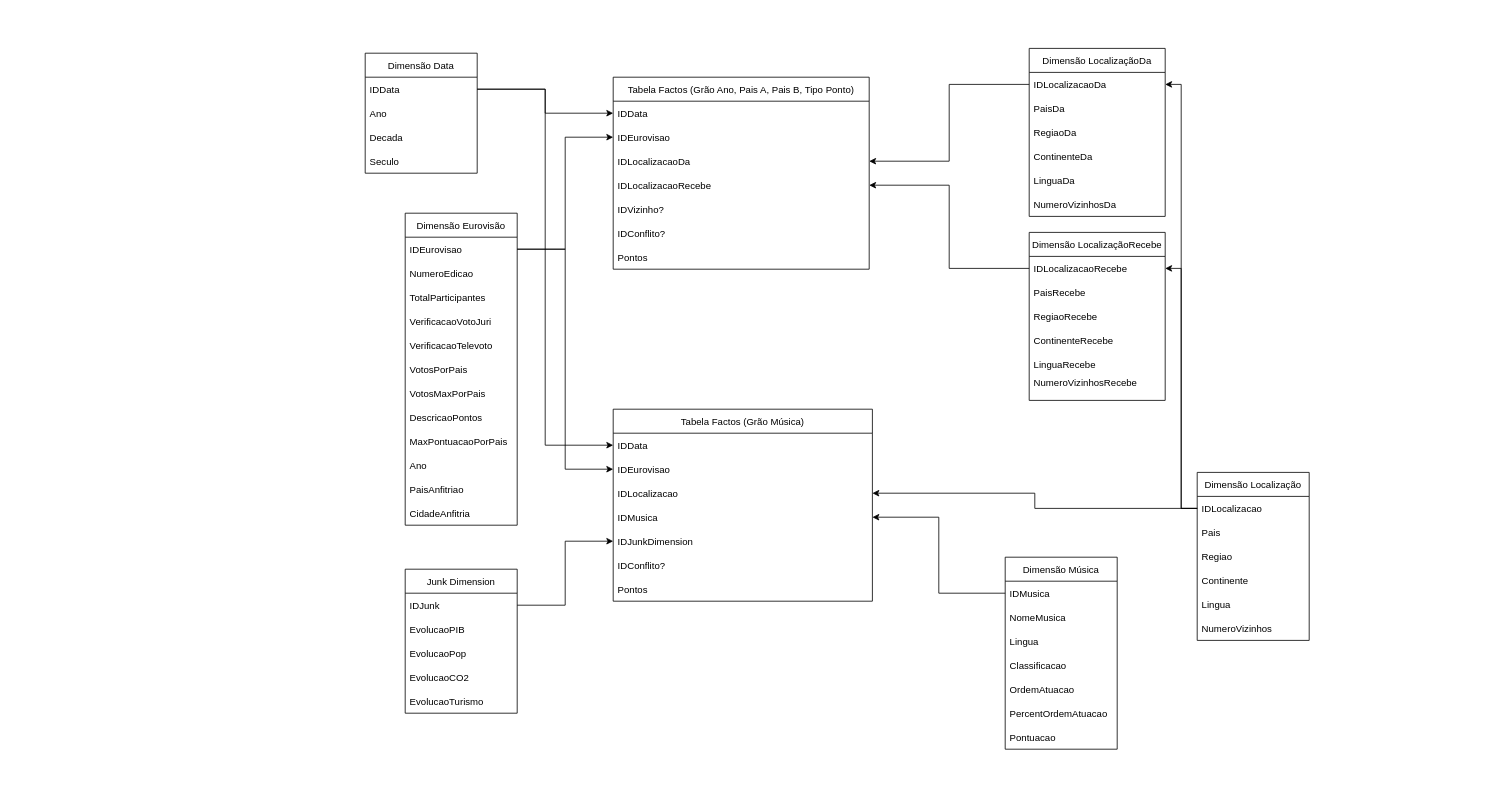
The draw.io diagram ipai.drawio in Eowie/IDB, before the edit. Source tidied: cells renumbered, new cells numbered last; positions are measured from the earlier drawing's top-left corner, leaving out a move shared by most shapes. Both pictures are drawn from the tidied source at 80%, with x=0, y=0 at pixel (365, 48).
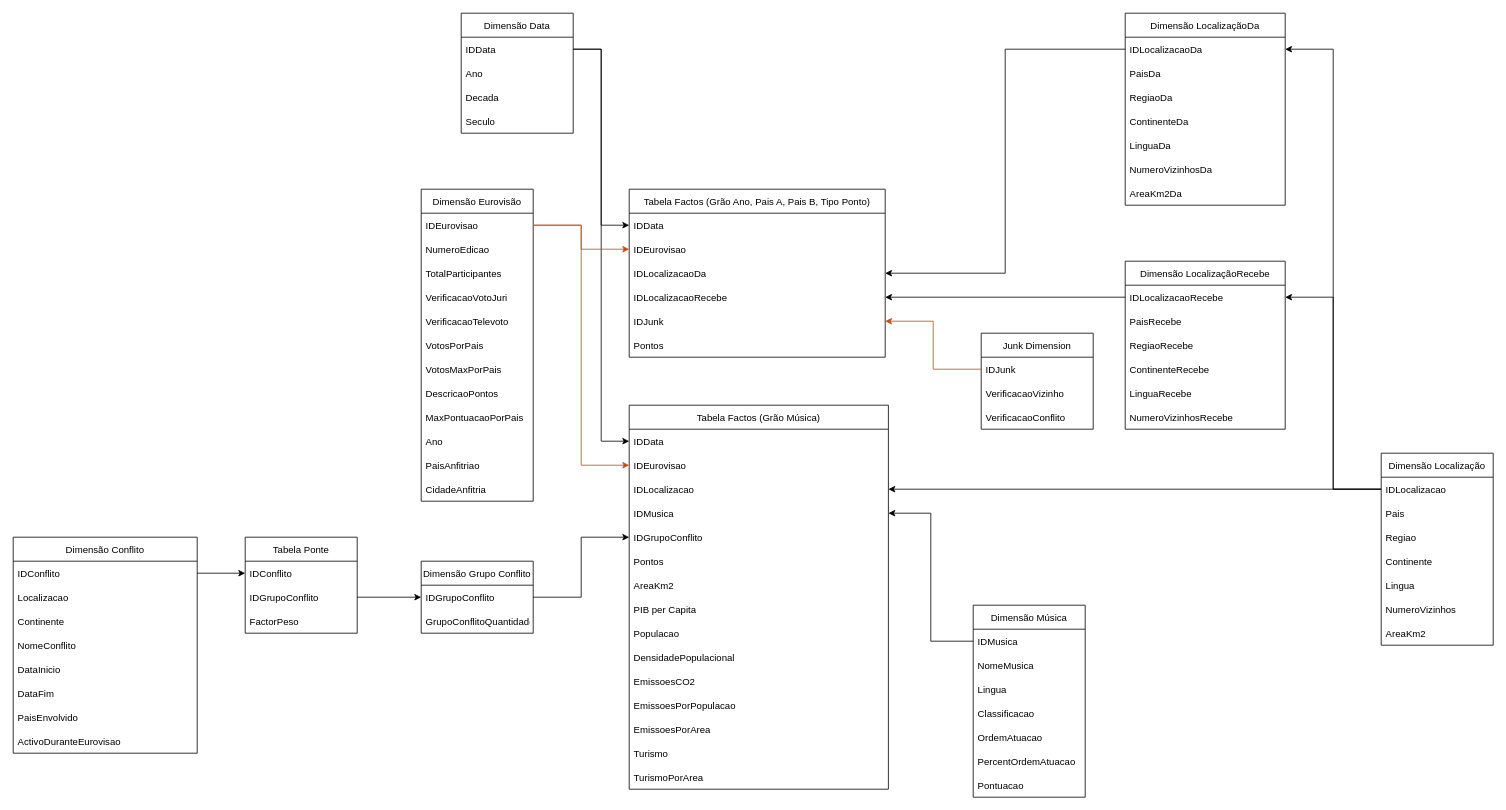
After the change.

Unchanged cells that the change refers to:
```xml
<mxCell id="4" value="IDEurovisao" style="text;strokeColor=none;fillColor=none;align=left;verticalAlign=middle;spacingLeft=4;spacingRight=4;overflow=hidden;points=[[0,0.5],[1,0.5]];portConstraint=eastwest;" parent="2" vertex="1">
  <mxGeometry y="60" width="324" height="30" as="geometry" />
</mxCell>
<mxCell id="17" value="IDEurovisao" style="text;strokeColor=none;fillColor=none;align=left;verticalAlign=middle;spacingLeft=4;spacingRight=4;overflow=hidden;points=[[0,0.5],[1,0.5]];portConstraint=eastwest;" parent="15" vertex="1">
  <mxGeometry y="60" width="320" height="30" as="geometry" />
</mxCell>
<mxCell id="39" value="IDEurovisao" style="text;strokeColor=none;fillColor=none;align=left;verticalAlign=middle;spacingLeft=4;spacingRight=4;overflow=hidden;points=[[0,0.5],[1,0.5]];portConstraint=eastwest;" parent="38" vertex="1">
  <mxGeometry y="30" width="140" height="30" as="geometry" />
</mxCell>
<mxCell id="52" value="IDJunk" style="text;strokeColor=none;fillColor=none;align=left;verticalAlign=middle;spacingLeft=4;spacingRight=4;overflow=hidden;points=[[0,0.5],[1,0.5]];portConstraint=eastwest;" parent="51" vertex="1">
  <mxGeometry y="30" width="140" height="30" as="geometry" />
</mxCell>
```

The edit, as a diff of the source:
```diff
@@
     <mxCell id="2" value="Tabela Factos (Grão Música)" style="swimlane;fontStyle=0;horizontal=1;startSize=30;" parent="1" vertex="1">
-      <mxGeometry x="310" y="451" width="324" height="240" as="geometry" />
+      <mxGeometry x="330" y="446" width="324" height="480" as="geometry" />
     </mxCell>
@@
-    <mxCell id="7" value="IDJunkDimension" style="text;strokeColor=none;fillColor=none;align=left;verticalAlign=middle;spacingLeft=4;spacingRight=4;overflow=hidden;points=[[0,0.5],[1,0.5]];portConstraint=eastwest;" parent="2" vertex="1">
-      <mxGeometry y="150" width="324" height="30" as="geometry" />
-    </mxCell>
-    <mxCell id="8" value="IDConflito?" style="text;strokeColor=none;fillColor=none;align=left;verticalAlign=middle;spacingLeft=4;spacingRight=4;overflow=hidden;" parent="2" vertex="1">
-      <mxGeometry y="180" width="324" height="30" as="geometry" />
-    </mxCell>
+    <mxCell id="82" value="IDGrupoConflito" style="text;strokeColor=none;fillColor=none;align=left;verticalAlign=middle;spacingLeft=4;spacingRight=4;overflow=hidden;points=[[0,0.5],[1,0.5]];portConstraint=eastwest;" parent="2" vertex="1">
+      <mxGeometry y="150" width="324" height="30" as="geometry" />
+    </mxCell>
     <mxCell id="9" value="Pontos" style="text;strokeColor=none;fillColor=none;align=left;verticalAlign=middle;spacingLeft=4;spacingRight=4;overflow=hidden;" parent="2" vertex="1">
-      <mxGeometry y="210" width="324" height="30" as="geometry" />
+      <mxGeometry y="180" width="324" height="30" as="geometry" />
     </mxCell>
+    <mxCell id="83" value="AreaKm2" style="text;strokeColor=none;fillColor=none;align=left;verticalAlign=middle;spacingLeft=4;spacingRight=4;overflow=hidden;" parent="2" vertex="1">
+      <mxGeometry y="210" width="324" height="30" as="geometry" />
+    </mxCell>
+    <mxCell id="84" value="PIB per Capita" style="text;strokeColor=none;fillColor=none;align=left;verticalAlign=middle;spacingLeft=4;spacingRight=4;overflow=hidden;" parent="2" vertex="1">
+      <mxGeometry y="240" width="324" height="30" as="geometry" />
+    </mxCell>
+    <mxCell id="85" value="Populacao" style="text;strokeColor=none;fillColor=none;align=left;verticalAlign=middle;spacingLeft=4;spacingRight=4;overflow=hidden;" parent="2" vertex="1">
+      <mxGeometry y="270" width="324" height="30" as="geometry" />
+    </mxCell>
+    <mxCell id="86" value="DensidadePopulacional" style="text;strokeColor=none;fillColor=none;align=left;verticalAlign=middle;spacingLeft=4;spacingRight=4;overflow=hidden;" parent="2" vertex="1">
+      <mxGeometry y="300" width="324" height="30" as="geometry" />
+    </mxCell>
+    <mxCell id="87" value="EmissoesCO2" style="text;strokeColor=none;fillColor=none;align=left;verticalAlign=middle;spacingLeft=4;spacingRight=4;overflow=hidden;" parent="2" vertex="1">
+      <mxGeometry y="330" width="324" height="30" as="geometry" />
+    </mxCell>
+    <mxCell id="88" value="EmissoesPorPopulacao" style="text;strokeColor=none;fillColor=none;align=left;verticalAlign=middle;spacingLeft=4;spacingRight=4;overflow=hidden;" parent="2" vertex="1">
+      <mxGeometry y="360" width="324" height="30" as="geometry" />
+    </mxCell>
+    <mxCell id="89" value="EmissoesPorArea" style="text;strokeColor=none;fillColor=none;align=left;verticalAlign=middle;spacingLeft=4;spacingRight=4;overflow=hidden;" parent="2" vertex="1">
+      <mxGeometry y="390" width="324" height="30" as="geometry" />
+    </mxCell>
+    <mxCell id="90" value="Turismo" style="text;strokeColor=none;fillColor=none;align=left;verticalAlign=middle;spacingLeft=4;spacingRight=4;overflow=hidden;" parent="2" vertex="1">
+      <mxGeometry y="420" width="324" height="30" as="geometry" />
+    </mxCell>
+    <mxCell id="91" value="TurismoPorArea" style="text;strokeColor=none;fillColor=none;align=left;verticalAlign=middle;spacingLeft=4;spacingRight=4;overflow=hidden;" parent="2" vertex="1">
+      <mxGeometry y="450" width="324" height="30" as="geometry" />
+    </mxCell>
     <mxCell id="10" value="Dimensão Data" style="swimlane;fontStyle=0;horizontal=1;startSize=30;" parent="1" vertex="1">
-      <mxGeometry y="6" width="140" height="150" as="geometry" />
+      <mxGeometry x="120" y="-44" width="140" height="150" as="geometry" />
     </mxCell>
@@
     <mxCell id="15" value="Tabela Factos (Grão Ano, Pais A, Pais B, Tipo Ponto)" style="swimlane;fontStyle=0;horizontal=1;startSize=30;" parent="1" vertex="1">
-      <mxGeometry x="310" y="36" width="320" height="240" as="geometry" />
+      <mxGeometry x="330" y="176" width="320" height="210" as="geometry" />
     </mxCell>
@@
-    <mxCell id="20" value="IDVizinho?" style="text;strokeColor=none;fillColor=none;align=left;verticalAlign=middle;spacingLeft=4;spacingRight=4;overflow=hidden;points=[[0,0.5],[1,0.5]];portConstraint=eastwest;" parent="15" vertex="1">
+    <mxCell id="20" value="IDJunk" style="text;strokeColor=none;fillColor=none;align=left;verticalAlign=middle;spacingLeft=4;spacingRight=4;overflow=hidden;points=[[0,0.5],[1,0.5]];portConstraint=eastwest;" parent="15" vertex="1">
       <mxGeometry y="150" width="320" height="30" as="geometry" />
     </mxCell>
-    <mxCell id="21" value="IDConflito?" style="text;strokeColor=none;fillColor=none;align=left;verticalAlign=middle;spacingLeft=4;spacingRight=4;overflow=hidden;" parent="15" vertex="1">
-      <mxGeometry y="180" width="320" height="30" as="geometry" />
-    </mxCell>
     <mxCell id="22" value="Pontos" style="text;strokeColor=none;fillColor=none;align=left;verticalAlign=middle;spacingLeft=4;spacingRight=4;overflow=hidden;" parent="15" vertex="1">
-      <mxGeometry y="210" width="320" height="30" as="geometry" />
+      <mxGeometry y="180" width="320" height="30" as="geometry" />
     </mxCell>
     <mxCell id="23" value="Dimensão Localização" style="swimlane;fontStyle=0;horizontal=1;startSize=30;" parent="1" vertex="1">
-      <mxGeometry x="1040" y="530" width="140" height="210" as="geometry" />
+      <mxGeometry x="1270" y="506" width="140" height="240" as="geometry" />
     </mxCell>
@@
+    <mxCell id="92" value="AreaKm2" style="text;strokeColor=none;fillColor=none;align=left;verticalAlign=middle;spacingLeft=4;spacingRight=4;overflow=hidden;" parent="23" vertex="1">
+      <mxGeometry y="210" width="140" height="30" as="geometry" />
+    </mxCell>
     <mxCell id="30" value="Dimensão Música" style="swimlane;fontStyle=0;horizontal=1;startSize=30;" parent="1" vertex="1">
-      <mxGeometry x="800" y="636" width="140" height="240" as="geometry" />
+      <mxGeometry x="760" y="696" width="140" height="240" as="geometry" />
     </mxCell>
@@
     <mxCell id="38" value="Dimensão Eurovisão" style="swimlane;fontStyle=0;horizontal=1;startSize=30;" parent="1" vertex="1">
-      <mxGeometry x="50" y="206" width="140" height="390" as="geometry" />
+      <mxGeometry x="70" y="176" width="140" height="390" as="geometry" />
     </mxCell>
@@
     <mxCell id="51" value="Junk Dimension" style="swimlane;fontStyle=0;horizontal=1;startSize=30;" parent="1" vertex="1">
-      <mxGeometry x="50" y="651" width="140" height="180" as="geometry" />
+      <mxGeometry x="770" y="356" width="140" height="120" as="geometry" />
     </mxCell>
@@
-    <mxCell id="53" value="EvolucaoPIB" style="text;strokeColor=none;fillColor=none;align=left;verticalAlign=middle;spacingLeft=4;spacingRight=4;overflow=hidden;" parent="51" vertex="1">
+    <mxCell id="53" value="VerificacaoVizinho" style="text;strokeColor=none;fillColor=none;align=left;verticalAlign=middle;spacingLeft=4;spacingRight=4;overflow=hidden;" parent="51" vertex="1">
       <mxGeometry y="60" width="140" height="30" as="geometry" />
     </mxCell>
-    <mxCell id="54" value="EvolucaoPop" style="text;strokeColor=none;fillColor=none;align=left;verticalAlign=middle;spacingLeft=4;spacingRight=4;overflow=hidden;" parent="51" vertex="1">
+    <mxCell id="54" value="VerificacaoConflito" style="text;strokeColor=none;fillColor=none;align=left;verticalAlign=middle;spacingLeft=4;spacingRight=4;overflow=hidden;" parent="51" vertex="1">
       <mxGeometry y="90" width="140" height="30" as="geometry" />
     </mxCell>
-    <mxCell id="55" value="EvolucaoCO2" style="text;strokeColor=none;fillColor=none;align=left;verticalAlign=middle;spacingLeft=4;spacingRight=4;overflow=hidden;" parent="51" vertex="1">
-      <mxGeometry y="120" width="140" height="30" as="geometry" />
-    </mxCell>
-    <mxCell id="56" value="EvolucaoTurismo" style="text;strokeColor=none;fillColor=none;align=left;verticalAlign=middle;spacingLeft=4;spacingRight=4;overflow=hidden;" parent="51" vertex="1">
-      <mxGeometry y="150" width="140" height="30" as="geometry" />
-    </mxCell>
@@
     <mxCell id="60" value="Dimensão LocalizaçãoDa" style="swimlane;fontStyle=0;horizontal=1;startSize=30;" parent="1" vertex="1">
-      <mxGeometry x="830" width="170" height="210" as="geometry" />
+      <mxGeometry x="950" y="-44" width="200" height="240" as="geometry" />
     </mxCell>
     <mxCell id="61" value="IDLocalizacaoDa" style="text;strokeColor=none;fillColor=none;align=left;verticalAlign=middle;spacingLeft=4;spacingRight=4;overflow=hidden;points=[[0,0.5],[1,0.5]];portConstraint=eastwest;" parent="60" vertex="1">
-      <mxGeometry y="30" width="170" height="30" as="geometry" />
+      <mxGeometry y="30" width="200" height="30" as="geometry" />
     </mxCell>
     <mxCell id="62" value="PaisDa" style="text;strokeColor=none;fillColor=none;align=left;verticalAlign=middle;spacingLeft=4;spacingRight=4;overflow=hidden;" parent="60" vertex="1">
-      <mxGeometry y="60" width="170" height="30" as="geometry" />
+      <mxGeometry y="60" width="200" height="30" as="geometry" />
     </mxCell>
     <mxCell id="63" value="RegiaoDa" style="text;strokeColor=none;fillColor=none;align=left;verticalAlign=middle;spacingLeft=4;spacingRight=4;overflow=hidden;" parent="60" vertex="1">
-      <mxGeometry y="90" width="170" height="30" as="geometry" />
+      <mxGeometry y="90" width="200" height="30" as="geometry" />
     </mxCell>
     <mxCell id="64" value="ContinenteDa" style="text;strokeColor=none;fillColor=none;align=left;verticalAlign=middle;spacingLeft=4;spacingRight=4;overflow=hidden;" parent="60" vertex="1">
-      <mxGeometry y="120" width="170" height="30" as="geometry" />
+      <mxGeometry y="120" width="200" height="30" as="geometry" />
     </mxCell>
     <mxCell id="65" value="LinguaDa" style="text;strokeColor=none;fillColor=none;align=left;verticalAlign=middle;spacingLeft=4;spacingRight=4;overflow=hidden;" parent="60" vertex="1">
-      <mxGeometry y="150" width="170" height="30" as="geometry" />
+      <mxGeometry y="150" width="200" height="30" as="geometry" />
     </mxCell>
     <mxCell id="66" value="NumeroVizinhosDa" style="text;strokeColor=none;fillColor=none;align=left;verticalAlign=middle;spacingLeft=4;spacingRight=4;overflow=hidden;" parent="60" vertex="1">
-      <mxGeometry y="180" width="170" height="30" as="geometry" />
+      <mxGeometry y="180" width="200" height="30" as="geometry" />
     </mxCell>
+    <mxCell id="93" value="AreaKm2Da" style="text;strokeColor=none;fillColor=none;align=left;verticalAlign=middle;spacingLeft=4;spacingRight=4;overflow=hidden;" parent="60" vertex="1">
+      <mxGeometry y="210" width="200" height="30" as="geometry" />
+    </mxCell>
     <mxCell id="67" value="Dimensão LocalizaçãoRecebe" style="swimlane;fontStyle=0;horizontal=1;startSize=30;" parent="1" vertex="1">
-      <mxGeometry x="830" y="230" width="170" height="210" as="geometry" />
+      <mxGeometry x="950" y="266" width="200" height="210" as="geometry" />
     </mxCell>
     <mxCell id="68" value="IDLocalizacaoRecebe" style="text;strokeColor=none;fillColor=none;align=left;verticalAlign=middle;spacingLeft=4;spacingRight=4;overflow=hidden;points=[[0,0.5],[1,0.5]];portConstraint=eastwest;" parent="67" vertex="1">
-      <mxGeometry y="30" width="170" height="30" as="geometry" />
+      <mxGeometry y="30" width="200" height="30" as="geometry" />
     </mxCell>
     <mxCell id="69" value="PaisRecebe" style="text;strokeColor=none;fillColor=none;align=left;verticalAlign=middle;spacingLeft=4;spacingRight=4;overflow=hidden;" parent="67" vertex="1">
-      <mxGeometry y="60" width="170" height="30" as="geometry" />
+      <mxGeometry y="60" width="200" height="30" as="geometry" />
     </mxCell>
     <mxCell id="70" value="RegiaoRecebe" style="text;strokeColor=none;fillColor=none;align=left;verticalAlign=middle;spacingLeft=4;spacingRight=4;overflow=hidden;" parent="67" vertex="1">
-      <mxGeometry y="90" width="170" height="30" as="geometry" />
+      <mxGeometry y="90" width="200" height="30" as="geometry" />
     </mxCell>
     <mxCell id="71" value="ContinenteRecebe" style="text;strokeColor=none;fillColor=none;align=left;verticalAlign=middle;spacingLeft=4;spacingRight=4;overflow=hidden;" parent="67" vertex="1">
-      <mxGeometry y="120" width="170" height="30" as="geometry" />
+      <mxGeometry y="120" width="200" height="30" as="geometry" />
     </mxCell>
     <mxCell id="72" value="LinguaRecebe" style="text;strokeColor=none;fillColor=none;align=left;verticalAlign=middle;spacingLeft=4;spacingRight=4;overflow=hidden;" parent="67" vertex="1">
-      <mxGeometry y="150" width="170" height="30" as="geometry" />
+      <mxGeometry y="150" width="200" height="30" as="geometry" />
     </mxCell>
-    <mxCell id="73" value="NumeroVizinhosRecebe&#10;" style="text;strokeColor=none;fillColor=none;align=left;verticalAlign=middle;spacingLeft=4;spacingRight=4;overflow=hidden;" parent="67" vertex="1">
-      <mxGeometry y="180" width="170" height="30" as="geometry" />
+    <mxCell id="73" value="NumeroVizinhosRecebe" style="text;strokeColor=none;fillColor=none;align=left;verticalAlign=middle;spacingLeft=4;spacingRight=4;overflow=hidden;" parent="67" vertex="1">
+      <mxGeometry y="180" width="200" height="30" as="geometry" />
     </mxCell>
@@
-    <mxCell id="78" style="edgeStyle=orthogonalEdgeStyle;rounded=0;jettySize=auto;html=1;exitX=1;exitY=0.5;exitDx=0;exitDy=0;entryX=0;entryY=0.5;entryDx=0;entryDy=0;" parent="1" edge="1" source="39" target="4">
+    <mxCell id="78" style="edgeStyle=orthogonalEdgeStyle;rounded=0;jettySize=auto;html=1;exitX=1;exitY=0.5;exitDx=0;exitDy=0;entryX=0;entryY=0.5;entryDx=0;entryDy=0;fillColor=#dae8fc;strokeColor=#BF4C1B;" parent="1" edge="1" source="39" target="4">
       <mxGeometry relative="1" as="geometry" />
     </mxCell>
-    <mxCell id="79" style="edgeStyle=orthogonalEdgeStyle;rounded=0;jettySize=auto;html=1;exitX=1;exitY=0.5;exitDx=0;exitDy=0;entryX=0;entryY=0.5;entryDx=0;entryDy=0;" parent="1" edge="1" source="39" target="17">
+    <mxCell id="79" style="edgeStyle=orthogonalEdgeStyle;rounded=0;jettySize=auto;html=1;exitX=1;exitY=0.5;exitDx=0;exitDy=0;entryX=0;entryY=0.5;entryDx=0;entryDy=0;fillColor=#dae8fc;strokeColor=#BF4C1B;" parent="1" edge="1" source="39" target="17">
       <mxGeometry relative="1" as="geometry" />
     </mxCell>
@@
-    <mxCell id="81" style="edgeStyle=orthogonalEdgeStyle;rounded=0;jettySize=auto;html=1;exitX=1;exitY=0.5;exitDx=0;exitDy=0;entryX=0;entryY=0.5;entryDx=0;entryDy=0;" parent="1" edge="1" source="52" target="7">
-      <mxGeometry relative="1" as="geometry" />
-    </mxCell>
+    <mxCell id="94" value="Dimensão Conflito" style="swimlane;fontStyle=0;horizontal=1;startSize=30;" parent="1" vertex="1">
+      <mxGeometry x="-440" y="611" width="230" height="270" as="geometry" />
+    </mxCell>
+    <mxCell id="95" value="IDConflito" style="text;strokeColor=none;fillColor=none;align=left;verticalAlign=middle;spacingLeft=4;spacingRight=4;overflow=hidden;points=[[0,0.5],[1,0.5]];portConstraint=eastwest;" parent="94" vertex="1">
+      <mxGeometry y="30" width="230" height="30" as="geometry" />
+    </mxCell>
+    <mxCell id="96" value="Localizacao" style="text;strokeColor=none;fillColor=none;align=left;verticalAlign=middle;spacingLeft=4;spacingRight=4;overflow=hidden;" parent="94" vertex="1">
+      <mxGeometry y="60" width="230" height="30" as="geometry" />
+    </mxCell>
+    <mxCell id="97" value="Continente" style="text;strokeColor=none;fillColor=none;align=left;verticalAlign=middle;spacingLeft=4;spacingRight=4;overflow=hidden;" parent="94" vertex="1">
+      <mxGeometry y="90" width="230" height="30" as="geometry" />
+    </mxCell>
+    <mxCell id="98" value="NomeConflito" style="text;strokeColor=none;fillColor=none;align=left;verticalAlign=middle;spacingLeft=4;spacingRight=4;overflow=hidden;" parent="94" vertex="1">
+      <mxGeometry y="120" width="230" height="30" as="geometry" />
+    </mxCell>
+    <mxCell id="99" value="DataInicio" style="text;strokeColor=none;fillColor=none;align=left;verticalAlign=middle;spacingLeft=4;spacingRight=4;overflow=hidden;" parent="94" vertex="1">
+      <mxGeometry y="150" width="230" height="30" as="geometry" />
+    </mxCell>
+    <mxCell id="100" value="DataFim" style="text;strokeColor=none;fillColor=none;align=left;verticalAlign=middle;spacingLeft=4;spacingRight=4;overflow=hidden;" parent="94" vertex="1">
+      <mxGeometry y="180" width="230" height="30" as="geometry" />
+    </mxCell>
+    <mxCell id="101" value="PaisEnvolvido" style="text;strokeColor=none;fillColor=none;align=left;verticalAlign=middle;spacingLeft=4;spacingRight=4;overflow=hidden;" parent="94" vertex="1">
+      <mxGeometry y="210" width="230" height="30" as="geometry" />
+    </mxCell>
+    <mxCell id="102" value="ActivoDuranteEurovisao" style="text;strokeColor=none;fillColor=none;align=left;verticalAlign=middle;spacingLeft=4;spacingRight=4;overflow=hidden;" parent="94" vertex="1">
+      <mxGeometry y="240" width="230" height="30" as="geometry" />
+    </mxCell>
+    <mxCell id="103" value="Tabela Ponte" style="swimlane;fontStyle=0;horizontal=1;startSize=30;" parent="1" vertex="1">
+      <mxGeometry x="-150" y="611" width="140" height="120" as="geometry" />
+    </mxCell>
+    <mxCell id="104" value="IDConflito" style="text;strokeColor=none;fillColor=none;align=left;verticalAlign=middle;spacingLeft=4;spacingRight=4;overflow=hidden;points=[[0,0.5],[1,0.5]];portConstraint=eastwest;" parent="103" vertex="1">
+      <mxGeometry y="30" width="140" height="30" as="geometry" />
+    </mxCell>
+    <mxCell id="105" value="IDGrupoConflito" style="text;strokeColor=none;fillColor=none;align=left;verticalAlign=middle;spacingLeft=4;spacingRight=4;overflow=hidden;points=[[0,0.5],[1,0.5]];portConstraint=eastwest;" parent="103" vertex="1">
+      <mxGeometry y="60" width="140" height="30" as="geometry" />
+    </mxCell>
+    <mxCell id="106" value="FactorPeso" style="text;strokeColor=none;fillColor=none;align=left;verticalAlign=middle;spacingLeft=4;spacingRight=4;overflow=hidden;" parent="103" vertex="1">
+      <mxGeometry y="90" width="140" height="30" as="geometry" />
+    </mxCell>
+    <mxCell id="107" value="Dimensão Grupo Conflito" style="swimlane;fontStyle=0;horizontal=1;startSize=30;" parent="1" vertex="1">
+      <mxGeometry x="70" y="641" width="140" height="90" as="geometry" />
+    </mxCell>
+    <mxCell id="108" value="IDGrupoConflito" style="text;strokeColor=none;fillColor=none;align=left;verticalAlign=middle;spacingLeft=4;spacingRight=4;overflow=hidden;points=[[0,0.5],[1,0.5]];portConstraint=eastwest;" parent="107" vertex="1">
+      <mxGeometry y="30" width="140" height="30" as="geometry" />
+    </mxCell>
+    <mxCell id="109" value="GrupoConflitoQuantidade" style="text;strokeColor=none;fillColor=none;align=left;verticalAlign=middle;spacingLeft=4;spacingRight=4;overflow=hidden;" parent="107" vertex="1">
+      <mxGeometry y="60" width="140" height="30" as="geometry" />
+    </mxCell>
+    <mxCell id="110" style="edgeStyle=orthogonalEdgeStyle;rounded=0;jettySize=auto;html=1;exitX=1;exitY=0.5;exitDx=0;exitDy=0;entryX=0;entryY=0.5;entryDx=0;entryDy=0;" parent="1" edge="1" source="95" target="104">
+      <mxGeometry relative="1" as="geometry" />
+    </mxCell>
+    <mxCell id="111" style="edgeStyle=orthogonalEdgeStyle;rounded=0;jettySize=auto;html=1;exitX=1;exitY=0.5;exitDx=0;exitDy=0;entryX=0;entryY=0.5;entryDx=0;entryDy=0;" parent="1" edge="1" source="105" target="108">
+      <mxGeometry relative="1" as="geometry" />
+    </mxCell>
+    <mxCell id="112" style="edgeStyle=orthogonalEdgeStyle;rounded=0;jettySize=auto;html=1;exitX=1;exitY=0.5;exitDx=0;exitDy=0;" parent="1" edge="1" source="108" target="82">
+      <mxGeometry relative="1" as="geometry" />
+    </mxCell>
+    <mxCell id="113" style="edgeStyle=orthogonalEdgeStyle;rounded=0;jettySize=auto;html=1;exitX=0;exitY=0.5;exitDx=0;exitDy=0;entryX=1;entryY=0.5;entryDx=0;entryDy=0;strokeColor=#BF4C1B;" parent="1" edge="1" source="52" target="20">
+      <mxGeometry relative="1" as="geometry" />
+    </mxCell>
```
